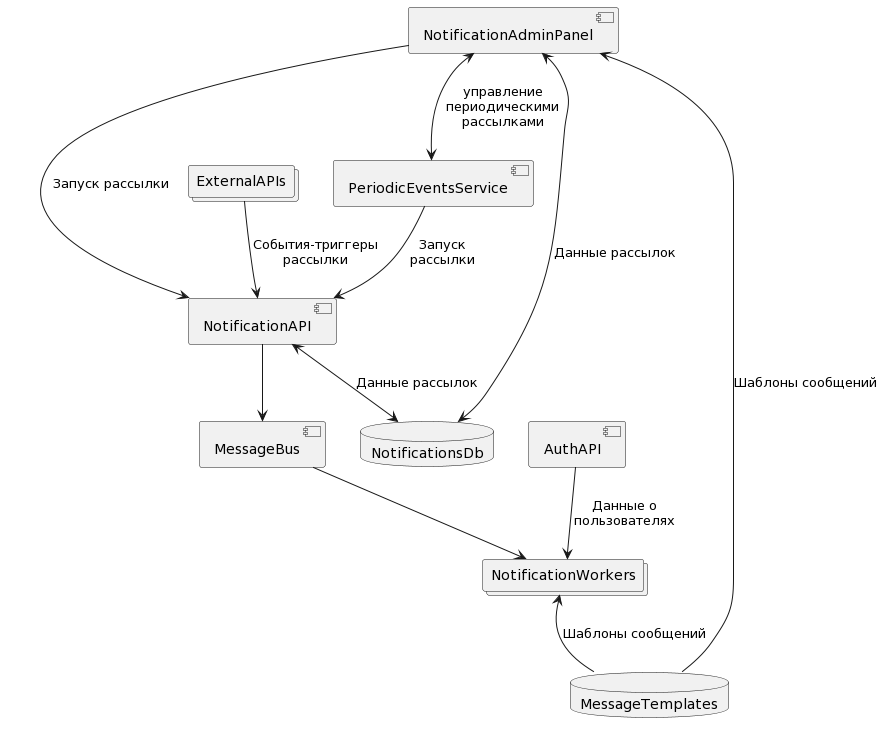
This is docs/notifications.png from tikhonov1994/diplom_project, a PlantUML export, as it was before one commit. Its diagram source:
```plantuml
@startuml

collections ExternalAPIs
component PeriodicEventsService
component NotificationAPI
component NotificationAdminPanel
component MessageBus
component AuthAPI
collections NotificationWorkers

database NotificationsDb
database MessageTemplates


ExternalAPIs -down-> NotificationAPI: События-триггеры\nрассылки
PeriodicEventsService --> NotificationAPI: Запуск\nрассылки
NotificationAPI -down-> MessageBus
MessageBus -down-> NotificationWorkers
NotificationAdminPanel -down-> NotificationAPI: Запуск рассылки
NotificationAdminPanel <-down-> PeriodicEventsService: управление\nпериодическими\nрассылками
AuthAPI --> NotificationWorkers: Данные о\nпользователях

NotificationWorkers <-- MessageTemplates: Шаблоны сообщений
NotificationAdminPanel <-- MessageTemplates: Шаблоны сообщений
NotificationAPI <--> NotificationsDb: Данные рассылок
NotificationAdminPanel <--> NotificationsDb: Данные рассылок
@enduml
```
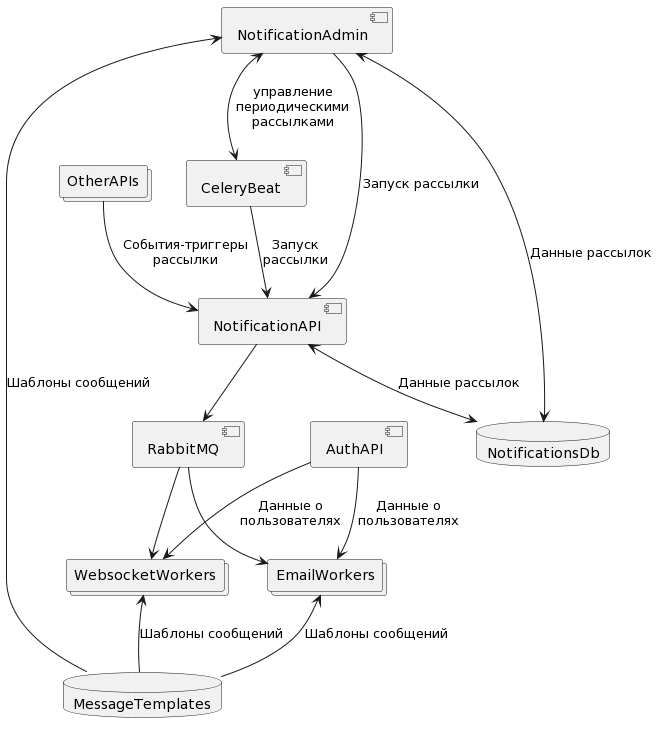
After the commit.

Commit message:
update notification schema

The edit, as a diff of the source:
```diff
@@ -1,27 +1,31 @@
 @startuml
 
-collections ExternalAPIs
-component PeriodicEventsService
+collections OtherAPIs
+component CeleryBeat
 component NotificationAPI
-component NotificationAdminPanel
-component MessageBus
+component NotificationAdmin
+component RabbitMQ
 component AuthAPI
-collections NotificationWorkers
+collections EmailWorkers
+collections WebsocketWorkers
 
 database NotificationsDb
 database MessageTemplates
 
 
-ExternalAPIs -down-> NotificationAPI: События-триггеры\nрассылки
-PeriodicEventsService --> NotificationAPI: Запуск\nрассылки
-NotificationAPI -down-> MessageBus
-MessageBus -down-> NotificationWorkers
-NotificationAdminPanel -down-> NotificationAPI: Запуск рассылки
-NotificationAdminPanel <-down-> PeriodicEventsService: управление\nпериодическими\nрассылками
-AuthAPI --> NotificationWorkers: Данные о\nпользователях
+OtherAPIs -down-> NotificationAPI: События-триггеры\nрассылки
+CeleryBeat --> NotificationAPI: Запуск\nрассылки
+NotificationAPI -down-> RabbitMQ
+RabbitMQ -down-> EmailWorkers
+RabbitMQ -down-> WebsocketWorkers
+NotificationAdmin -down-> NotificationAPI: Запуск рассылки
+NotificationAdmin <-down-> CeleryBeat: управление\nпериодическими\nрассылками
+AuthAPI --> EmailWorkers: Данные о\nпользователях
+AuthAPI --> WebsocketWorkers: Данные о\nпользователях
 
-NotificationWorkers <-- MessageTemplates: Шаблоны сообщений
-NotificationAdminPanel <-- MessageTemplates: Шаблоны сообщений
+EmailWorkers <-- MessageTemplates: Шаблоны сообщений
+WebsocketWorkers <-- MessageTemplates: Шаблоны сообщений
+NotificationAdmin <-- MessageTemplates: Шаблоны сообщений
 NotificationAPI <--> NotificationsDb: Данные рассылок
-NotificationAdminPanel <--> NotificationsDb: Данные рассылок
+NotificationAdmin <--> NotificationsDb: Данные рассылок
 @enduml
```
